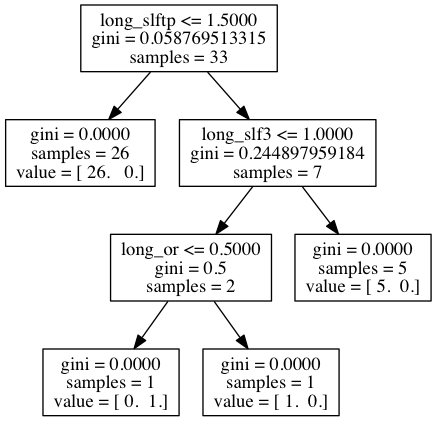
Earlier version of the Graphviz export neurosurgery_trees/longSENSE.png (akeshavan/myscripts). Its source is kept beside it as neurosurgery_trees/longSENSE.dot.
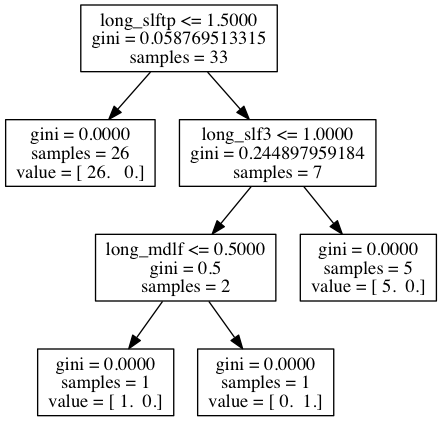
Later version of the same file.

Change to the diagram source:
```diff
@@ -4,11 +4,11 @@
 0 -> 1 ;
 2 [label="X[1] <= 1.0000\ngini = 0.244897959184\nsamples = 7", shape="box"] ;
 0 -> 2 ;
-3 [label="X[11] <= 0.5000\ngini = 0.5\nsamples = 2", shape="box"] ;
+3 [label="X[5] <= 0.5000\ngini = 0.5\nsamples = 2", shape="box"] ;
 2 -> 3 ;
-4 [label="gini = 0.0000\nsamples = 1\nvalue = [ 0.  1.]", shape="box"] ;
+4 [label="gini = 0.0000\nsamples = 1\nvalue = [ 1.  0.]", shape="box"] ;
 3 -> 4 ;
-5 [label="gini = 0.0000\nsamples = 1\nvalue = [ 1.  0.]", shape="box"] ;
+5 [label="gini = 0.0000\nsamples = 1\nvalue = [ 0.  1.]", shape="box"] ;
 3 -> 5 ;
 6 [label="gini = 0.0000\nsamples = 5\nvalue = [ 5.  0.]", shape="box"] ;
 2 -> 6 ;
```
